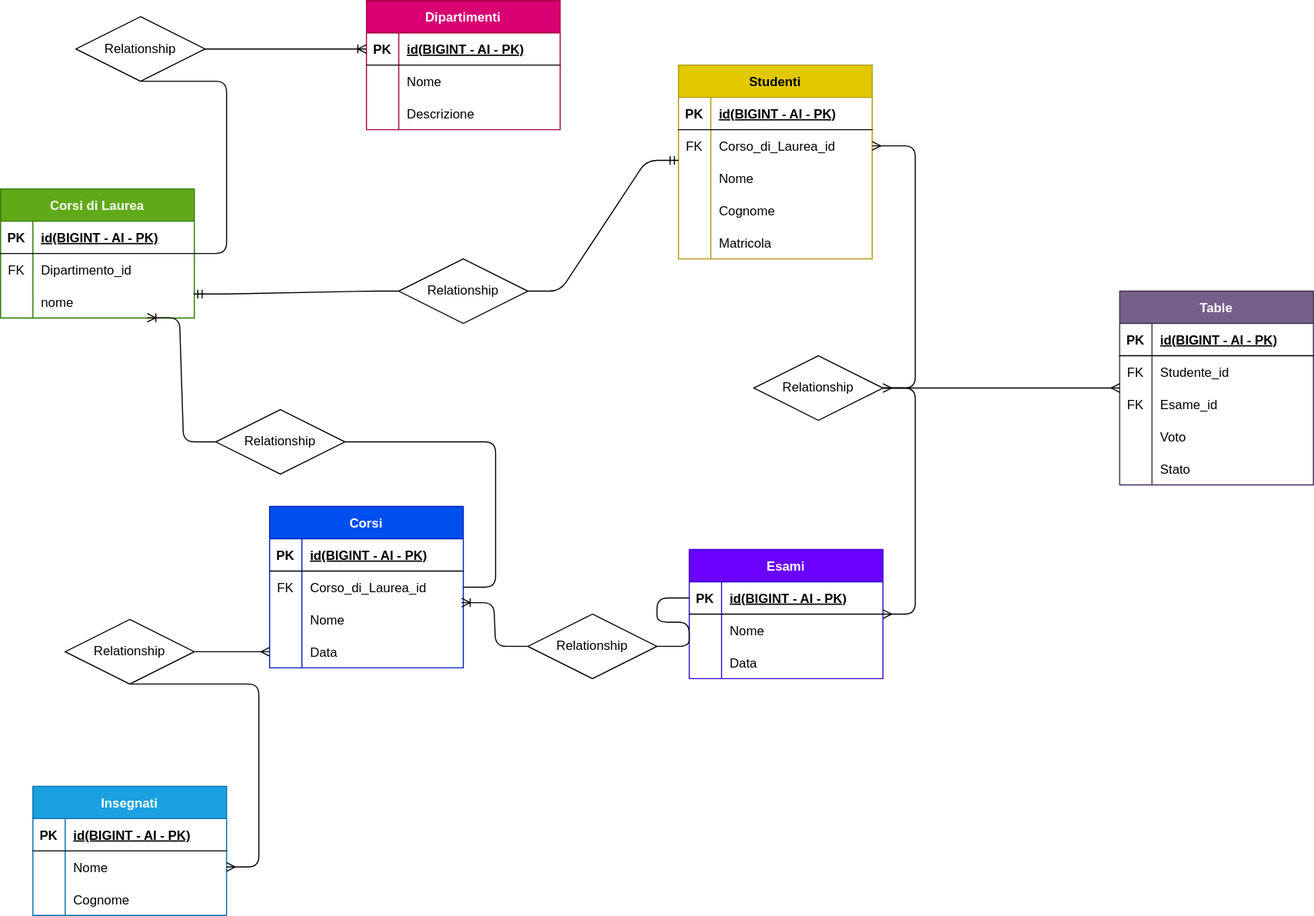
Above: universita.svg in Gabbocnc/db-university (draw.io), before the change. Source tidied: cells renumbered, new cells last; positions are measured from the earlier drawing's top-left corner, leaving out a move shared by most shapes.
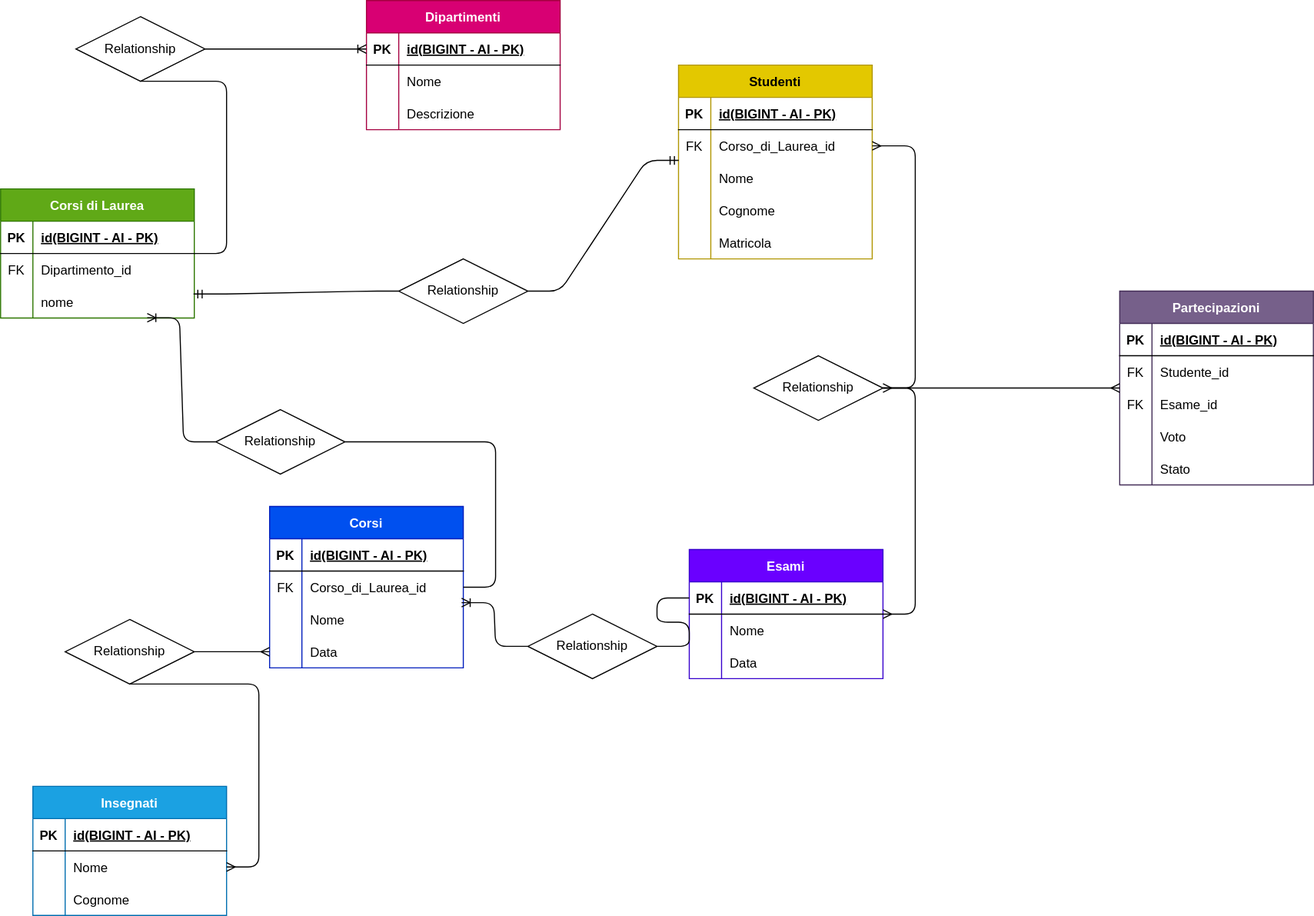
After the commit.

Change to the diagram source:
```diff
@@ -254,7 +254,7 @@
     <mxCell id="85" value="Relationship" style="shape=rhombus;perimeter=rhombusPerimeter;whiteSpace=wrap;html=1;align=center;" parent="1" vertex="1">
       <mxGeometry x="370" y="240" width="120" height="60" as="geometry" />
     </mxCell>
-    <mxCell id="86" value="Table" style="shape=table;startSize=30;rowLines=0;fontStyle=1;align=center;fillColor=#76608a;strokeColor=#432D57;fontColor=#ffffff;" parent="1" vertex="1">
+    <mxCell id="86" value="Partecipazioni" style="shape=table;startSize=30;rowLines=0;fontStyle=1;align=center;fillColor=#76608a;strokeColor=#432D57;fontColor=#ffffff;" parent="1" vertex="1">
       <mxGeometry x="1040" y="270" width="180" height="180" as="geometry" />
     </mxCell>
     <mxCell id="87" style="shape=tableRow;horizontal=0;startSize=0;swimlaneHead=0;swimlaneBody=0;fillColor=none;top=0;left=0;right=0;bottom=1;" parent="86" vertex="1">
```
